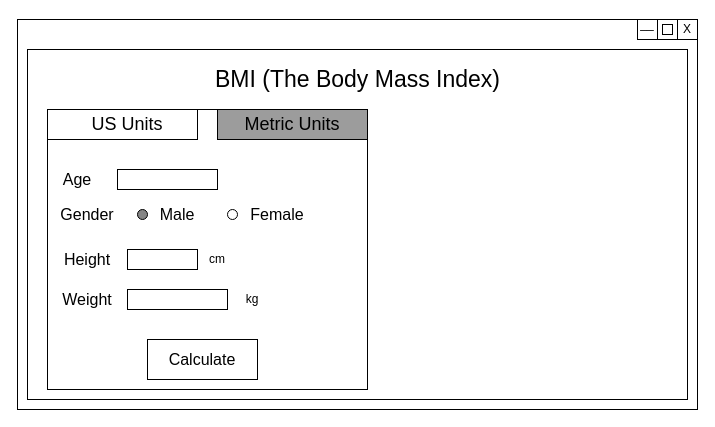
Earlier version of the draw.io diagram BMI Result.drawio (kkuvaldina/draw.io). Source tidied: cells renumbered, new cells numbered last; positions are measured from the earlier drawing's top-left corner, leaving out a move shared by most shapes. Both pictures are drawn from the tidied source at 100%, with x=0, y=0 at pixel (17, 19).
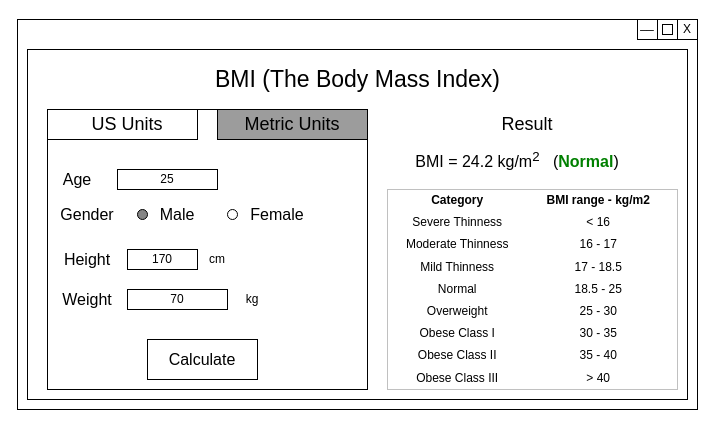
After the change.

The edit, as a diff of the source:
```diff
@@
-    <mxCell id="13" style="rounded=0;whiteSpace=wrap;html=1;" parent="1" vertex="1">
+    <mxCell id="13" value="25" style="rounded=0;whiteSpace=wrap;html=1;" parent="1" vertex="1">
       <mxGeometry x="100" y="150" width="100" height="20" as="geometry" />
     </mxCell>
@@
-    <mxCell id="21" style="rounded=0;whiteSpace=wrap;html=1;" parent="1" vertex="1">
+    <mxCell id="21" value="70" style="rounded=0;whiteSpace=wrap;html=1;" parent="1" vertex="1">
       <mxGeometry x="110" y="270" width="100" height="20" as="geometry" />
     </mxCell>
-    <mxCell id="22" style="rounded=0;whiteSpace=wrap;html=1;" parent="1" vertex="1">
+    <mxCell id="22" value="170" style="rounded=0;whiteSpace=wrap;html=1;" parent="1" vertex="1">
       <mxGeometry x="110" y="230" width="70" height="20" as="geometry" />
     </mxCell>
@@
+    <mxCell id="31" value="&lt;font style=&quot;font-size: 18px&quot;&gt;Result&lt;/font&gt;" style="text;html=1;strokeColor=none;fillColor=none;align=center;verticalAlign=middle;whiteSpace=wrap;rounded=0;" parent="1" vertex="1">
+      <mxGeometry x="470" y="85" width="80" height="40" as="geometry" />
+    </mxCell>
+    <mxCell id="32" value="&lt;font style=&quot;font-size: 16px&quot;&gt;&lt;span style=&quot;font-family: &amp;#34;arial&amp;#34; , &amp;#34;helvetica&amp;#34; , sans-serif ; text-align: left ; background-color: rgb(255 , 255 , 255)&quot;&gt;BMI = 24.2 kg/m&lt;sup&gt;2&lt;/sup&gt;&lt;/span&gt;&lt;span style=&quot;font-family: &amp;#34;arial&amp;#34; , &amp;#34;helvetica&amp;#34; , sans-serif ; text-align: left ; background-color: rgb(255 , 255 , 255)&quot;&gt;&amp;nbsp;&amp;nbsp; (&lt;/span&gt;&lt;font color=&quot;green&quot; style=&quot;font-family: &amp;#34;arial&amp;#34; , &amp;#34;helvetica&amp;#34; , sans-serif ; text-align: left ; background-color: rgb(255 , 255 , 255) ; font-size: 16px&quot;&gt;&lt;b&gt;Normal&lt;/b&gt;&lt;/font&gt;&lt;span style=&quot;font-family: &amp;#34;arial&amp;#34; , &amp;#34;helvetica&amp;#34; , sans-serif ; text-align: left ; background-color: rgb(255 , 255 , 255)&quot;&gt;)&lt;/span&gt;&lt;/font&gt;" style="text;html=1;strokeColor=none;fillColor=none;align=center;verticalAlign=middle;whiteSpace=wrap;rounded=0;" parent="1" vertex="1">
+      <mxGeometry x="380" y="120" width="240" height="40" as="geometry" />
+    </mxCell>
+    <mxCell id="33" value="&lt;table border=&quot;0&quot; width=&quot;100%&quot; style=&quot;width: 100% ; height: 100% ; border-collapse: collapse&quot;&gt;&lt;tbody&gt;&lt;tr&gt;&lt;td&gt;&lt;b&gt;Category&lt;/b&gt;&lt;/td&gt;&lt;td&gt;&lt;b&gt;BMI range - kg/m2&lt;/b&gt;&lt;/td&gt;&lt;td&gt;&lt;br&gt;&lt;/td&gt;&lt;td&gt;&lt;b&gt;&lt;br&gt;&lt;/b&gt;&lt;/td&gt;&lt;td&gt;&lt;br&gt;&lt;/td&gt;&lt;/tr&gt;&lt;tr&gt;&lt;td&gt;Severe Thinness&lt;/td&gt;&lt;td&gt;&amp;lt; 16&lt;br&gt;&lt;/td&gt;&lt;td&gt;&lt;br&gt;&lt;/td&gt;&lt;/tr&gt;&lt;tr&gt;&lt;td&gt;Moderate Thinness&lt;br&gt;&lt;/td&gt;&lt;td&gt;16 - 17&lt;/td&gt;&lt;td&gt;&lt;br&gt;&lt;/td&gt;&lt;/tr&gt;&lt;tr&gt;&lt;td&gt;Mild Thinness&lt;/td&gt;&lt;td&gt;17 - 18.5&lt;/td&gt;&lt;td&gt;&lt;br&gt;&lt;/td&gt;&lt;/tr&gt;&lt;tr&gt;&lt;td&gt;Normal&lt;br&gt;&lt;/td&gt;&lt;td&gt;18.5 - 25&lt;/td&gt;&lt;td&gt;&lt;br&gt;&lt;/td&gt;&lt;/tr&gt;&lt;tr&gt;&lt;td&gt;Overweight&lt;br&gt;&lt;/td&gt;&lt;td&gt;25 - 30&lt;/td&gt;&lt;td&gt;&lt;br&gt;&lt;/td&gt;&lt;/tr&gt;&lt;tr&gt;&lt;td&gt;Obese Class I&lt;br&gt;&lt;/td&gt;&lt;td&gt;30 - 35&lt;/td&gt;&lt;td&gt;&lt;br&gt;&lt;/td&gt;&lt;/tr&gt;&lt;tr&gt;&lt;td&gt;Obese Class II&lt;br&gt;&lt;/td&gt;&lt;td&gt;35 - 40&lt;/td&gt;&lt;td&gt;&lt;br&gt;&lt;/td&gt;&lt;/tr&gt;&lt;tr&gt;&lt;td&gt;Obese Class III&lt;br&gt;&lt;/td&gt;&lt;td&gt;&amp;gt; 40&lt;/td&gt;&lt;td&gt;&lt;br&gt;&lt;/td&gt;&lt;/tr&gt;&lt;/tbody&gt;&lt;/table&gt;" style="text;html=1;strokeColor=#c0c0c0;fillColor=none;overflow=fill;spacing=-1;align=center;" parent="1" vertex="1">
+      <mxGeometry x="370" y="170" width="290" height="200" as="geometry" />
+    </mxCell>
```
